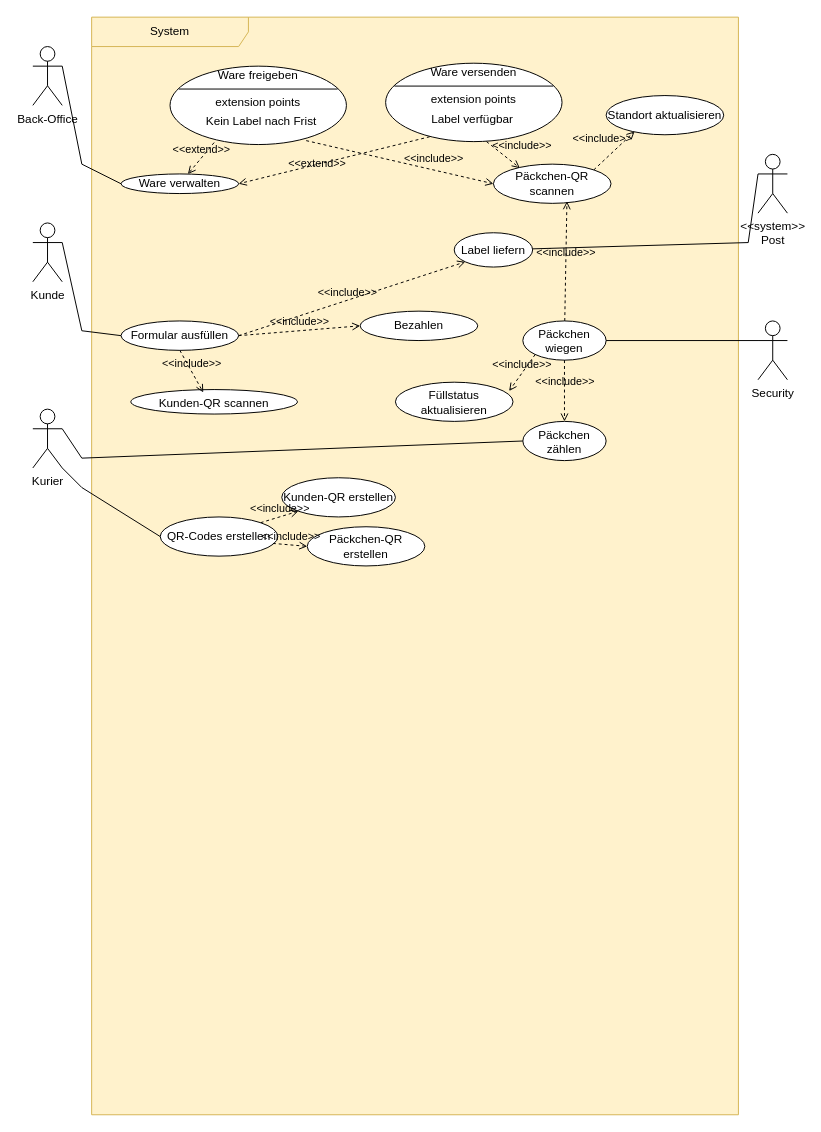
Above: lb_use-case-big.drawio in ferreric/ffhs_swem (draw.io), before the change. Source tidied: cells renumbered, new cells numbered last; positions are measured from the earlier drawing's top-left corner, leaving out a move shared by most shapes. Both pictures are drawn from the tidied source at 98%, with x=0, y=0 at pixel (32, 17).
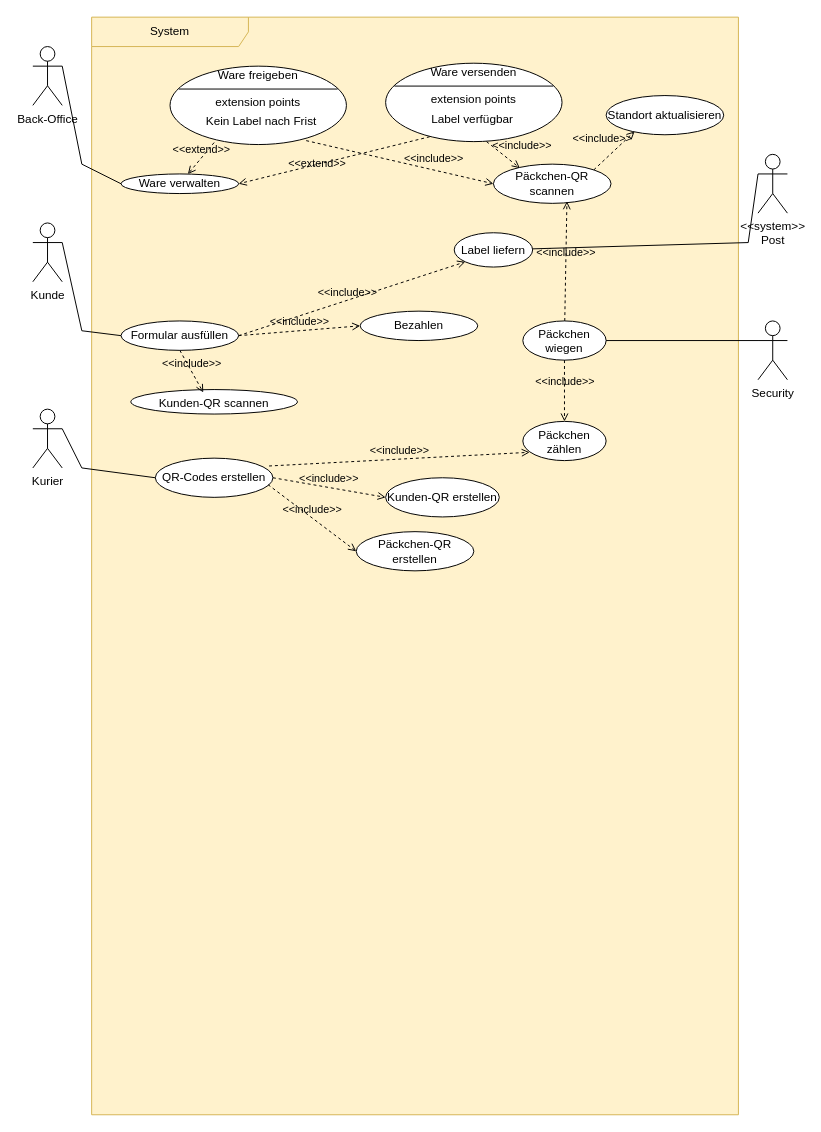
After the change.

Commit message:
lb_use-case-big.drawio kurier verbessert

The change refers to these unchanged cells:
```xml
<mxCell id="2" value="System" style="shape=umlFrame;whiteSpace=wrap;html=1;width=160;fillStyle=auto;fillColor=#fff2cc;strokeColor=#d6b656;noLabel=0;gradientColor=none;swimlaneFillColor=#FFF2CC;" parent="1" vertex="1">
  <mxGeometry x="60" width="660" height="1120" as="geometry" />
</mxCell>
<mxCell id="4" value="Päckchen wiegen" style="ellipse;whiteSpace=wrap;html=1;verticalAlign=top;" parent="2" vertex="1">
  <mxGeometry x="440" y="310" width="85" height="40" as="geometry" />
</mxCell>
<mxCell id="26" value="Päckchen zählen" style="ellipse;whiteSpace=wrap;html=1;verticalAlign=top;" parent="2" vertex="1">
  <mxGeometry x="440" y="412.5" width="85" height="40" as="geometry" />
</mxCell>
<mxCell id="35" value="Kurier" style="shape=umlActor;verticalLabelPosition=bottom;verticalAlign=top;html=1;" parent="1" vertex="1">
  <mxGeometry y="400" width="30" height="60" as="geometry" />
</mxCell>
```

Change to the diagram source:
```diff
@@
     <mxCell id="6" value="QR-Codes erstellen" style="ellipse;whiteSpace=wrap;html=1;" parent="2" vertex="1">
-      <mxGeometry x="70" y="510" width="120" height="40" as="geometry" />
+      <mxGeometry x="65" y="450" width="120" height="40" as="geometry" />
     </mxCell>
@@
-    <mxCell id="20" value="Füllstatus aktualisieren" style="ellipse;whiteSpace=wrap;html=1;" parent="2" vertex="1">
-      <mxGeometry x="310" y="372.5" width="120" height="40" as="geometry" />
-    </mxCell>
-    <mxCell id="21" value="&amp;lt;&amp;lt;include&amp;gt;&amp;gt;" style="html=1;verticalAlign=bottom;labelBackgroundColor=none;endArrow=open;endFill=0;dashed=1;rounded=0;entryX=0.967;entryY=0.225;entryDx=0;entryDy=0;exitX=0;exitY=1;exitDx=0;exitDy=0;entryPerimeter=0;" parent="2" edge="1" source="4" target="20">
-      <mxGeometry relative="1" as="geometry" />
-    </mxCell>
@@
     <mxCell id="28" value="Kunden-QR erstellen" style="ellipse;whiteSpace=wrap;html=1;" parent="2" vertex="1">
-      <mxGeometry x="194" y="470" width="116" height="40" as="geometry" />
+      <mxGeometry x="300" y="470" width="116" height="40" as="geometry" />
     </mxCell>
     <mxCell id="29" value="Päckchen-QR erstellen" style="ellipse;whiteSpace=wrap;html=1;" parent="2" vertex="1">
-      <mxGeometry x="220" y="520" width="120" height="40" as="geometry" />
+      <mxGeometry x="270" y="525" width="120" height="40" as="geometry" />
     </mxCell>
@@
-    <mxCell id="31" value="&amp;lt;&amp;lt;include&amp;gt;&amp;gt;" style="html=1;verticalAlign=bottom;labelBackgroundColor=none;endArrow=open;endFill=0;dashed=1;rounded=0;entryX=0;entryY=1;entryDx=0;entryDy=0;exitX=1;exitY=0;exitDx=0;exitDy=0;" parent="2" edge="1" source="6" target="28">
+    <mxCell id="31" value="&amp;lt;&amp;lt;include&amp;gt;&amp;gt;" style="html=1;verticalAlign=bottom;labelBackgroundColor=none;endArrow=open;endFill=0;dashed=1;rounded=0;entryX=0;entryY=0.5;entryDx=0;entryDy=0;exitX=1;exitY=0.5;exitDx=0;exitDy=0;" parent="2" edge="1" source="6" target="28">
       <mxGeometry relative="1" as="geometry" />
     </mxCell>
+    <mxCell id="21" value="&amp;lt;&amp;lt;include&amp;gt;&amp;gt;" style="html=1;verticalAlign=bottom;labelBackgroundColor=none;endArrow=open;endFill=0;dashed=1;rounded=0;exitX=0.967;exitY=0.2;exitDx=0;exitDy=0;entryX=0.082;entryY=0.788;entryDx=0;entryDy=0;entryPerimeter=0;exitPerimeter=0;" parent="2" edge="1" source="6" target="26">
+      <mxGeometry relative="1" as="geometry" />
+    </mxCell>
@@
-    <mxCell id="48" style="endArrow=none;html=1;rounded=0;exitX=1;exitY=1;exitDx=0;exitDy=0;exitPerimeter=0;entryX=0;entryY=0.5;entryDx=0;entryDy=0;" parent="1" edge="1" source="35" target="6">
+    <mxCell id="48" style="endArrow=none;html=1;rounded=0;exitX=1;exitY=0.3333333333333333;exitDx=0;exitDy=0;exitPerimeter=0;entryX=0;entryY=0.5;entryDx=0;entryDy=0;" parent="1" edge="1" source="35" target="6">
       <mxGeometry relative="1" as="geometry">
         <Array as="points">
-          <mxPoint x="50" y="480" />
+          <mxPoint x="50" y="460" />
         </Array>
       </mxGeometry>
     </mxCell>
-    <mxCell id="49" style="endArrow=none;html=1;rounded=0;exitX=1;exitY=0.3333333333333333;exitDx=0;exitDy=0;exitPerimeter=0;entryX=0;entryY=0.5;entryDx=0;entryDy=0;" parent="1" edge="1" source="35" target="26">
-      <mxGeometry relative="1" as="geometry">
-        <Array as="points">
-          <mxPoint x="50" y="450" />
-        </Array>
-      </mxGeometry>
-    </mxCell>
```
